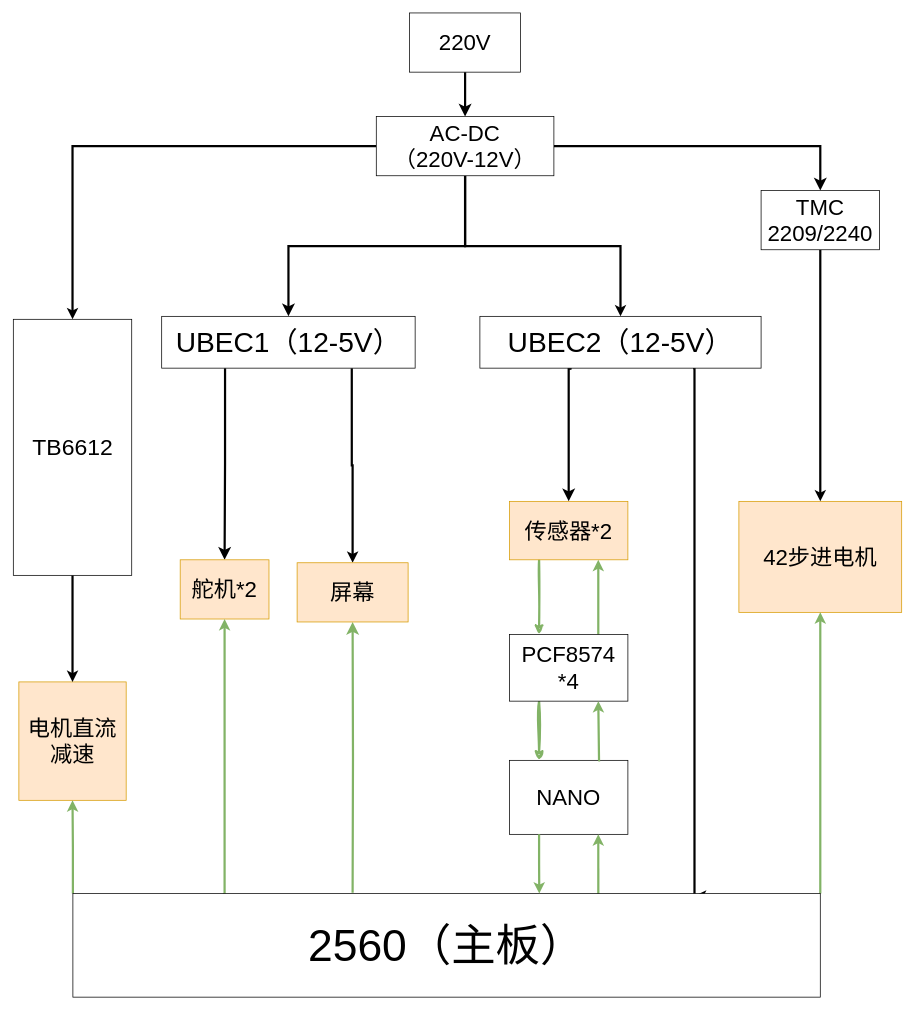
xinlanzi/Induisal-design keeps this draw.io diagram as 大项目1.0.drawio.xml. Above is the earlier version. Source tidied: cells renumbered, new cells numbered last; positions are measured from the earlier drawing's top-left corner, leaving out a move shared by most shapes. Both pictures are drawn from the tidied source at 74%, with x=0, y=0 at pixel (13, 13).
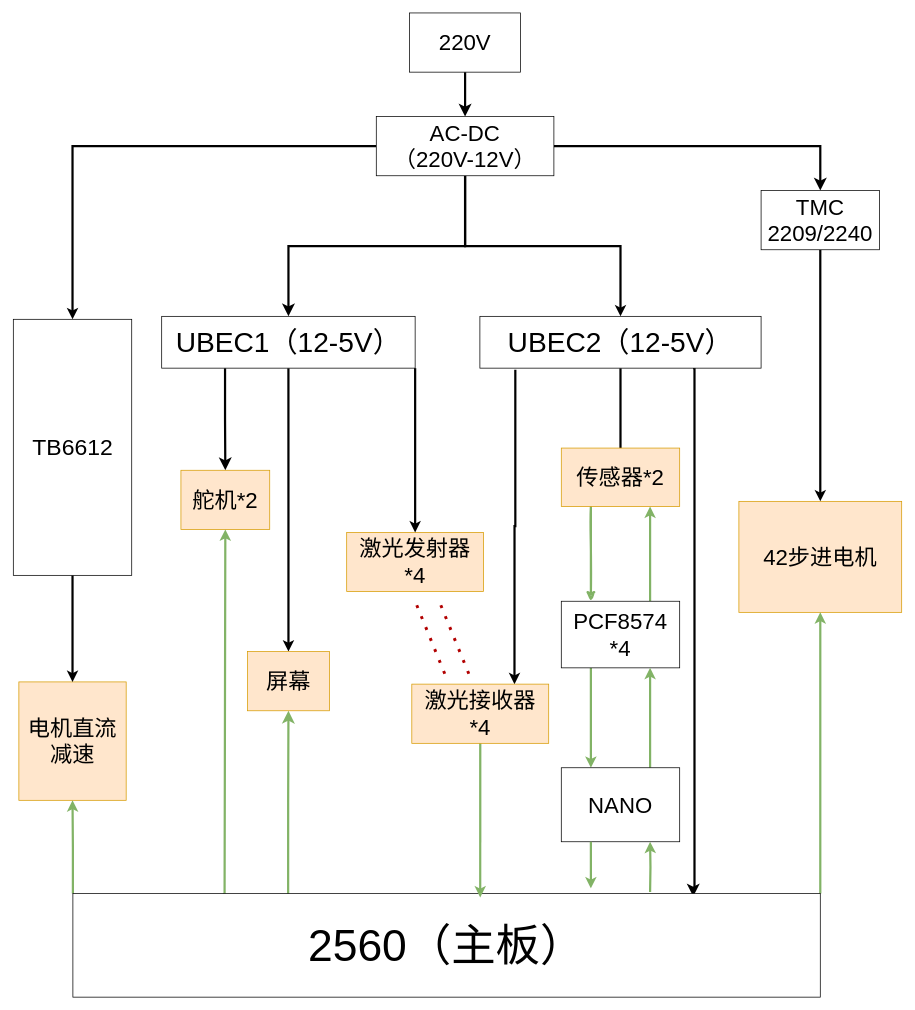
After the change.

Commit message:
更新大项目1.0.drawio.xml

Unchanged cells that the change refers to:
```xml
<mxCell id="14" value="&lt;font style=&quot;font-size: 38px;&quot;&gt;UBEC1（12-5V）&lt;/font&gt;" style="rounded=0;whiteSpace=wrap;html=1;" parent="1" vertex="1">
  <mxGeometry x="200" y="410" width="342.5" height="70" as="geometry" />
</mxCell>
<mxCell id="25" value="&lt;font face=&quot;Helvetica&quot; style=&quot;font-size: 60px;&quot;&gt;2560（主板）&lt;/font&gt;" style="rounded=0;whiteSpace=wrap;html=1;" parent="1" vertex="1">
  <mxGeometry x="80" y="1190" width="1010" height="140" as="geometry" />
</mxCell>
<mxCell id="34" value="&lt;font style=&quot;font-size: 38px;&quot;&gt;UBEC2（12-5V）&lt;/font&gt;" style="rounded=0;whiteSpace=wrap;html=1;" parent="1" vertex="1">
  <mxGeometry x="630" y="410" width="380" height="70" as="geometry" />
</mxCell>
```

Change to the diagram source:
```diff
@@
     <mxCell id="7" style="edgeStyle=orthogonalEdgeStyle;rounded=0;jettySize=auto;html=1;fontSize=12;startSize=8;endSize=8;entryX=0.83;entryY=0.029;entryDx=0;entryDy=0;strokeWidth=3;entryPerimeter=0;" parent="1" edge="1" target="25">
       <mxGeometry relative="1" as="geometry">
         <mxPoint x="918" y="480" as="sourcePoint" />
         <Array as="points">
           <mxPoint x="920" y="480" />
-          <mxPoint x="920" y="1194" />
+          <mxPoint x="920" y="1185" />
+          <mxPoint x="918" y="1185" />
         </Array>
       </mxGeometry>
     </mxCell>
@@
-    <mxCell id="12" style="edgeStyle=orthogonalEdgeStyle;rounded=0;jettySize=auto;html=1;fontSize=12;startSize=8;endSize=8;exitX=0.326;exitY=1.014;exitDx=0;exitDy=0;strokeWidth=3;entryX=0;entryY=0.5;entryDx=0;entryDy=0;exitPerimeter=0;" parent="1" edge="1" source="34" target="30">
+    <mxCell id="12" style="edgeStyle=orthogonalEdgeStyle;rounded=0;jettySize=auto;html=1;fontSize=12;startSize=8;endSize=8;exitX=0.5;exitY=1;exitDx=0;exitDy=0;strokeWidth=3;entryX=0;entryY=0.5;entryDx=0;entryDy=0;" parent="1" edge="1" source="34" target="30">
       <mxGeometry relative="1" as="geometry">
         <Array as="points">
-          <mxPoint x="750" y="480" />
+          <mxPoint x="820" y="660" />
         </Array>
       </mxGeometry>
     </mxCell>
-    <mxCell id="13" style="edgeStyle=orthogonalEdgeStyle;shape=connector;rounded=0;hachureGap=4;jettySize=auto;html=1;exitX=0.75;exitY=1;exitDx=0;exitDy=0;entryX=0.5;entryY=0;entryDx=0;entryDy=0;strokeColor=default;align=center;verticalAlign=middle;fontFamily=Architects Daughter;fontSize=11;fontColor=default;labelBackgroundColor=default;endArrow=classic;strokeWidth=3;" parent="1" edge="1" source="14" target="28">
+    <mxCell id="13" style="edgeStyle=orthogonalEdgeStyle;shape=connector;rounded=0;hachureGap=4;jettySize=auto;html=1;exitX=0.5;exitY=1;exitDx=0;exitDy=0;entryX=0.5;entryY=0;entryDx=0;entryDy=0;strokeColor=default;align=center;verticalAlign=middle;fontFamily=Architects Daughter;fontSize=11;fontColor=default;labelBackgroundColor=default;endArrow=classic;strokeWidth=3;" parent="1" edge="1" source="14" target="28">
       <mxGeometry relative="1" as="geometry" />
     </mxCell>
@@
     <mxCell id="15" value="&lt;font style=&quot;font-size: 30px;&quot;&gt;舵机*2&lt;/font&gt;" style="rounded=0;whiteSpace=wrap;html=1;fillColor=#ffe6cc;strokeColor=#d79b00;" parent="1" vertex="1">
-      <mxGeometry x="225" y="739" width="120" height="80" as="geometry" />
+      <mxGeometry x="226" y="618" width="120" height="80" as="geometry" />
     </mxCell>
-    <mxCell id="16" style="edgeStyle=orthogonalEdgeStyle;shape=connector;rounded=0;sketch=1;hachureGap=4;jiggle=2;curveFitting=1;jettySize=auto;html=1;exitX=0.25;exitY=1;exitDx=0;exitDy=0;entryX=0.25;entryY=0;entryDx=0;entryDy=0;strokeColor=#82b366;align=center;verticalAlign=middle;fontFamily=Architects Daughter;fontSize=11;fontColor=default;labelBackgroundColor=default;endArrow=classic;strokeWidth=3;fillColor=#d5e8d4;" parent="1" edge="1" source="18" target="19">
+    <mxCell id="16" style="edgeStyle=orthogonalEdgeStyle;shape=connector;rounded=0;hachureGap=4;jettySize=auto;html=1;exitX=0.25;exitY=1;exitDx=0;exitDy=0;entryX=0.25;entryY=0;entryDx=0;entryDy=0;strokeColor=#82b366;align=center;verticalAlign=middle;fontFamily=Architects Daughter;fontSize=11;fontColor=default;labelBackgroundColor=default;endArrow=classic;strokeWidth=3;fillColor=#d5e8d4;" parent="1" edge="1" source="18" target="19">
       <mxGeometry relative="1" as="geometry" />
     </mxCell>
@@
     <mxCell id="18" value="&lt;font style=&quot;font-size: 30px;&quot;&gt;PCF8574&lt;/font&gt;&lt;div&gt;&lt;font style=&quot;font-size: 30px;&quot;&gt;*4&lt;/font&gt;&lt;/div&gt;" style="rounded=0;whiteSpace=wrap;html=1;" parent="1" vertex="1">
-      <mxGeometry x="670" y="840" width="160" height="90" as="geometry" />
+      <mxGeometry x="740" y="795" width="160" height="90" as="geometry" />
     </mxCell>
+    <mxCell id="35" style="edgeStyle=orthogonalEdgeStyle;rounded=0;hachureGap=4;jettySize=auto;html=1;exitX=0.75;exitY=0;exitDx=0;exitDy=0;entryX=0.75;entryY=1;entryDx=0;entryDy=0;fontFamily=Architects Daughter;fillColor=#d5e8d4;strokeColor=#82b366;strokeWidth=3;" parent="1" edge="1" source="19" target="18">
+      <mxGeometry relative="1" as="geometry" />
+    </mxCell>
     <mxCell id="19" value="&lt;div&gt;&lt;font style=&quot;font-size: 30px;&quot;&gt;NANO&lt;/font&gt;&lt;/div&gt;" style="rounded=0;whiteSpace=wrap;html=1;" parent="1" vertex="1">
-      <mxGeometry x="670" y="1010" width="160" height="100" as="geometry" />
+      <mxGeometry x="740" y="1020" width="160" height="100" as="geometry" />
     </mxCell>
-    <mxCell id="20" style="edgeStyle=orthogonalEdgeStyle;rounded=0;jettySize=auto;html=1;entryX=0.5;entryY=1;entryDx=0;entryDy=0;fontSize=12;startSize=8;endSize=8;fillColor=#d5e8d4;strokeColor=#82b366;strokeWidth=3;" parent="1" edge="1" target="28">
-      <mxGeometry relative="1" as="geometry">
-        <mxPoint x="458" y="1189" as="sourcePoint" />
-      </mxGeometry>
+    <mxCell id="20" style="edgeStyle=orthogonalEdgeStyle;rounded=0;jettySize=auto;html=1;entryX=0.5;entryY=1;entryDx=0;entryDy=0;fontSize=12;startSize=8;endSize=8;fillColor=#d5e8d4;strokeColor=#82b366;strokeWidth=3;exitX=0.288;exitY=0.007;exitDx=0;exitDy=0;exitPerimeter=0;" parent="1" edge="1" source="25" target="28">
+      <mxGeometry relative="1" as="geometry" />
     </mxCell>
@@
-    <mxCell id="23" style="edgeStyle=orthogonalEdgeStyle;shape=connector;rounded=0;hachureGap=4;jettySize=auto;html=1;exitX=0.703;exitY=0.014;exitDx=0;exitDy=0;entryX=0.75;entryY=1;entryDx=0;entryDy=0;strokeColor=#82b366;align=center;verticalAlign=middle;fontFamily=Architects Daughter;fontSize=11;fontColor=default;labelBackgroundColor=default;endArrow=classic;fillColor=#d5e8d4;strokeWidth=3;exitPerimeter=0;" parent="1" edge="1" source="25" target="19">
-      <mxGeometry relative="1" as="geometry" />
+    <mxCell id="23" style="edgeStyle=orthogonalEdgeStyle;shape=connector;rounded=0;hachureGap=4;jettySize=auto;html=1;entryX=0.75;entryY=1;entryDx=0;entryDy=0;strokeColor=#82b366;align=center;verticalAlign=middle;fontFamily=Architects Daughter;fontSize=11;fontColor=default;labelBackgroundColor=default;endArrow=classic;fillColor=#d5e8d4;strokeWidth=3;" parent="1" edge="1" target="19">
+      <mxGeometry relative="1" as="geometry">
+        <mxPoint x="860" y="1188" as="sourcePoint" />
+      </mxGeometry>
     </mxCell>
@@
     <mxCell id="28" value="&lt;font style=&quot;font-size: 30px;&quot;&gt;屏幕&lt;/font&gt;" style="rounded=0;whiteSpace=wrap;html=1;fillColor=#ffe6cc;strokeColor=#d79b00;" parent="1" vertex="1">
-      <mxGeometry x="383" y="743" width="150" height="80" as="geometry" />
+      <mxGeometry x="315.9" y="863" width="110.8" height="80" as="geometry" />
     </mxCell>
@@
     <mxCell id="30" value="&lt;font style=&quot;font-size: 30px;&quot;&gt;传感器*2&lt;/font&gt;" style="rounded=0;whiteSpace=wrap;html=1;direction=south;fillColor=#ffe6cc;strokeColor=#d79b00;" parent="1" vertex="1">
-      <mxGeometry x="670" y="660" width="160" height="79" as="geometry" />
+      <mxGeometry x="740" y="588" width="160" height="79" as="geometry" />
     </mxCell>
@@
+    <mxCell id="37" style="edgeStyle=orthogonalEdgeStyle;rounded=0;hachureGap=4;jettySize=auto;html=1;exitX=0.126;exitY=1.029;exitDx=0;exitDy=0;entryX=0.75;entryY=0;entryDx=0;entryDy=0;fontFamily=Architects Daughter;strokeWidth=3;exitPerimeter=0;" parent="1" edge="1" source="34" target="41">
+      <mxGeometry relative="1" as="geometry" />
+    </mxCell>
@@
-    <mxCell id="35" style="edgeStyle=orthogonalEdgeStyle;shape=connector;rounded=0;hachureGap=4;jettySize=auto;html=1;exitX=0.75;exitY=0;exitDx=0;exitDy=0;entryX=0.75;entryY=1;entryDx=0;entryDy=0;strokeColor=#82b366;align=center;verticalAlign=middle;fontFamily=Architects Daughter;fontSize=11;fontColor=default;labelBackgroundColor=default;endArrow=classic;fillColor=#d5e8d4;strokeWidth=3;" parent="1" edge="1" source="19" target="18">
-      <mxGeometry relative="1" as="geometry">
-        <Array as="points">
-          <mxPoint x="791" y="930" />
-        </Array>
-      </mxGeometry>
-    </mxCell>
-    <mxCell id="36" style="edgeStyle=orthogonalEdgeStyle;shape=connector;rounded=0;hachureGap=4;jettySize=auto;html=1;exitX=0.25;exitY=1;exitDx=0;exitDy=0;entryX=0.624;entryY=0;entryDx=0;entryDy=0;entryPerimeter=0;strokeColor=#82b366;align=center;verticalAlign=middle;fontFamily=Architects Daughter;fontSize=11;fontColor=default;labelBackgroundColor=default;endArrow=classic;fillColor=#d5e8d4;strokeWidth=3;" parent="1" edge="1" source="19" target="25">
-      <mxGeometry relative="1" as="geometry" />
+    <mxCell id="36" style="edgeStyle=orthogonalEdgeStyle;shape=connector;rounded=0;hachureGap=4;jettySize=auto;html=1;exitX=0.25;exitY=1;exitDx=0;exitDy=0;strokeColor=#82b366;align=center;verticalAlign=middle;fontFamily=Architects Daughter;fontSize=11;fontColor=default;labelBackgroundColor=default;endArrow=classic;fillColor=#d5e8d4;strokeWidth=3;" parent="1" edge="1" source="19">
+      <mxGeometry relative="1" as="geometry">
+        <mxPoint x="780" y="1183" as="targetPoint" />
+      </mxGeometry>
     </mxCell>
+    <mxCell id="38" value="&lt;font style=&quot;font-size: 30px;&quot;&gt;激光发射器&lt;/font&gt;&lt;div&gt;&lt;font style=&quot;font-size: 30px;&quot;&gt;*4&lt;/font&gt;&lt;/div&gt;" style="rounded=0;whiteSpace=wrap;html=1;fillColor=#ffe6cc;strokeColor=#d79b00;" parent="1" vertex="1">
+      <mxGeometry x="450" y="702" width="185" height="80" as="geometry" />
+    </mxCell>
+    <mxCell id="39" style="edgeStyle=orthogonalEdgeStyle;rounded=0;hachureGap=4;jettySize=auto;html=1;exitX=1;exitY=1;exitDx=0;exitDy=0;entryX=0.5;entryY=0;entryDx=0;entryDy=0;fontFamily=Architects Daughter;strokeWidth=3;" parent="1" edge="1" source="14" target="38">
+      <mxGeometry relative="1" as="geometry" />
+    </mxCell>
+    <mxCell id="40" style="edgeStyle=orthogonalEdgeStyle;rounded=0;hachureGap=4;jettySize=auto;html=1;exitX=0.5;exitY=1;exitDx=0;exitDy=0;entryX=0.545;entryY=0.038;entryDx=0;entryDy=0;fontFamily=Architects Daughter;fillColor=#d5e8d4;strokeColor=#82b366;strokeWidth=3;entryPerimeter=0;" parent="1" edge="1" source="41" target="25">
+      <mxGeometry relative="1" as="geometry" />
+    </mxCell>
+    <mxCell id="41" value="&lt;font style=&quot;font-size: 30px;&quot;&gt;激光接收器&lt;/font&gt;&lt;div&gt;&lt;font style=&quot;font-size: 30px;&quot;&gt;*4&lt;/font&gt;&lt;/div&gt;" style="rounded=0;whiteSpace=wrap;html=1;fillColor=#ffe6cc;strokeColor=#d79b00;" parent="1" vertex="1">
+      <mxGeometry x="538" y="907" width="185" height="80" as="geometry" />
+    </mxCell>
+    <mxCell id="42" style="endArrow=none;dashed=1;html=1;dashPattern=1 3;strokeWidth=4;rounded=0;hachureGap=4;fontFamily=Architects Daughter;fillColor=#e51400;strokeColor=#B20000;" parent="1" edge="1">
+      <mxGeometry relative="1" as="geometry">
+        <mxPoint x="582.5" y="893" as="sourcePoint" />
+        <mxPoint x="542.5" y="795" as="targetPoint" />
+      </mxGeometry>
+    </mxCell>
+    <mxCell id="43" style="endArrow=none;dashed=1;html=1;dashPattern=1 3;strokeWidth=4;rounded=0;hachureGap=4;fontFamily=Architects Daughter;fillColor=#e51400;strokeColor=#B20000;" parent="1" edge="1">
+      <mxGeometry relative="1" as="geometry">
+        <mxPoint x="615" y="893" as="sourcePoint" />
+        <mxPoint x="575" y="795" as="targetPoint" />
+      </mxGeometry>
+    </mxCell>
```
